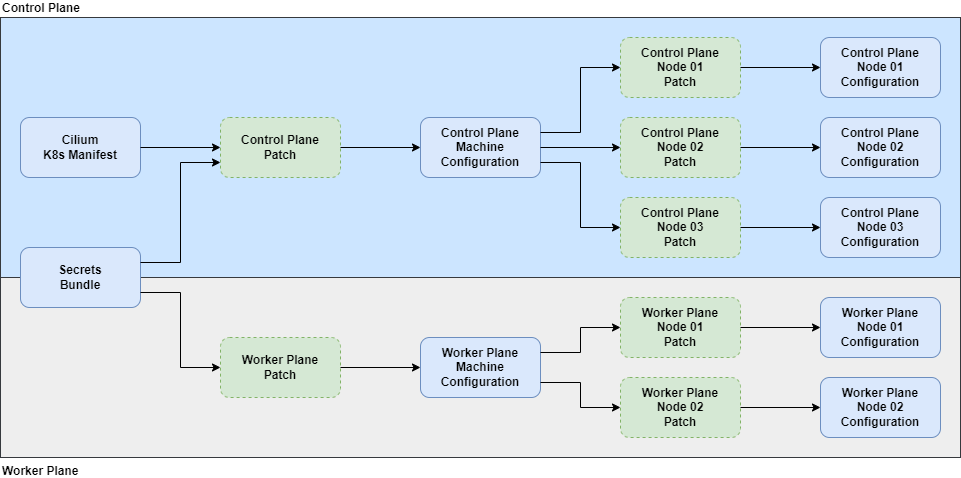
Earlier version of the draw.io export img/talos-machine-configurations.drawio.png (justingarfield/justingarfield.github.io). Source tidied: cells renumbered, new cells last; positions are measured from the earlier drawing's top-left corner, leaving out a move shared by most shapes.
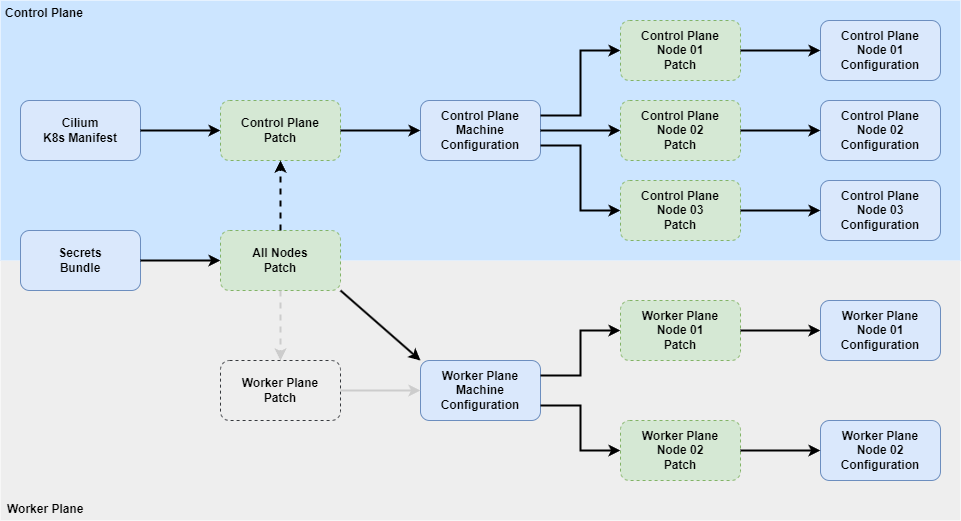
The same diagram one commit later.

Diff of the diagram source:
```diff
@@ -2,10 +2,10 @@
   <root>
     <mxCell id="0" />
     <mxCell id="1" parent="0" />
-    <mxCell id="2" value="Worker Plane" style="rounded=0;whiteSpace=wrap;html=1;fillColor=#eeeeee;strokeColor=#36393d;fontStyle=1;align=left;labelPosition=center;verticalLabelPosition=bottom;verticalAlign=top;" parent="1" vertex="1">
-      <mxGeometry y="260" width="960" height="180" as="geometry" />
+    <mxCell id="2" value="Worker Plane" style="rounded=0;whiteSpace=wrap;html=1;fillColor=#eeeeee;strokeColor=none;fontStyle=1;align=left;labelPosition=center;verticalLabelPosition=bottom;verticalAlign=top;spacingLeft=5;spacingBottom=0;spacingTop=-25;glass=0;" parent="1" vertex="1">
+      <mxGeometry y="260" width="960" height="260" as="geometry" />
     </mxCell>
-    <mxCell id="3" value="&lt;font color=&quot;#000000&quot;&gt;Control Plane&lt;/font&gt;" style="rounded=0;whiteSpace=wrap;html=1;fillColor=#cce5ff;strokeColor=#36393d;fontStyle=1;labelPosition=center;verticalLabelPosition=top;align=left;verticalAlign=bottom;" parent="1" vertex="1">
+    <mxCell id="3" value="&lt;font color=&quot;#000000&quot;&gt;Control Plane&lt;/font&gt;" style="rounded=0;whiteSpace=wrap;html=1;fillColor=#cce5ff;strokeColor=none;fontStyle=1;labelPosition=center;verticalLabelPosition=top;align=left;verticalAlign=bottom;horizontal=1;spacingTop=0;spacing=0;spacingBottom=-20;spacingLeft=5;" parent="1" vertex="1">
       <mxGeometry width="960" height="260" as="geometry" />
     </mxCell>
     <mxCell id="4" value="Secrets&lt;br&gt;Bundle" style="rounded=1;whiteSpace=wrap;html=1;fillColor=#dae8fc;strokeColor=#6c8ebf;fontStyle=1;" parent="1" vertex="1">
@@ -17,11 +17,11 @@
     <mxCell id="6" value="Control Plane&lt;br&gt;Patch" style="rounded=1;whiteSpace=wrap;html=1;fillColor=#d5e8d4;strokeColor=#82b366;dashed=1;fontStyle=1;" parent="1" vertex="1">
       <mxGeometry x="220" y="100" width="120" height="60" as="geometry" />
     </mxCell>
-    <mxCell id="7" value="Worker Plane&lt;br&gt;Patch" style="rounded=1;whiteSpace=wrap;html=1;fillColor=#d5e8d4;strokeColor=#82b366;dashed=1;fontStyle=1;" parent="1" vertex="1">
-      <mxGeometry x="220" y="320" width="120" height="60" as="geometry" />
+    <mxCell id="7" value="Worker Plane&lt;br&gt;Patch" style="rounded=1;whiteSpace=wrap;html=1;fillColor=#eeeeee;strokeColor=#36393d;dashed=1;fontStyle=1;" parent="1" vertex="1">
+      <mxGeometry x="220" y="360" width="120" height="60" as="geometry" />
     </mxCell>
     <mxCell id="8" value="Worker Plane&lt;br style=&quot;border-color: var(--border-color);&quot;&gt;Node 01&lt;br style=&quot;border-color: var(--border-color);&quot;&gt;Patch" style="rounded=1;whiteSpace=wrap;html=1;fillColor=#d5e8d4;strokeColor=#82b366;dashed=1;fontStyle=1;" parent="1" vertex="1">
-      <mxGeometry x="620" y="280" width="120" height="60" as="geometry" />
+      <mxGeometry x="620" y="300" width="120" height="60" as="geometry" />
     </mxCell>
     <mxCell id="9" value="Control Plane&lt;br&gt;Node 01&lt;br&gt;Patch" style="rounded=1;whiteSpace=wrap;html=1;fillColor=#d5e8d4;strokeColor=#82b366;dashed=1;fontStyle=1;" parent="1" vertex="1">
       <mxGeometry x="620" y="20" width="120" height="60" as="geometry" />
@@ -32,25 +32,9 @@
     <mxCell id="11" value="Control Plane&lt;br style=&quot;border-color: var(--border-color);&quot;&gt;Node 03&lt;br style=&quot;border-color: var(--border-color);&quot;&gt;Patch" style="rounded=1;whiteSpace=wrap;html=1;fillColor=#d5e8d4;strokeColor=#82b366;dashed=1;fontStyle=1;" parent="1" vertex="1">
       <mxGeometry x="620" y="180" width="120" height="60" as="geometry" />
     </mxCell>
-    <mxCell id="12" style="endArrow=classic;html=1;rounded=0;entryX=0;entryY=0.5;entryDx=0;entryDy=0;exitX=1;exitY=0.75;exitDx=0;exitDy=0;fontStyle=1;" parent="1" edge="1" source="4" target="7">
-      <mxGeometry relative="1" as="geometry">
-        <Array as="points">
-          <mxPoint x="180" y="275" />
-          <mxPoint x="180" y="350" />
-        </Array>
-      </mxGeometry>
-    </mxCell>
-    <mxCell id="13" style="endArrow=classic;html=1;rounded=0;exitX=1;exitY=0.5;exitDx=0;exitDy=0;entryX=0;entryY=0.5;entryDx=0;entryDy=0;fontStyle=1;" parent="1" edge="1" source="5" target="6">
+    <mxCell id="13" style="endArrow=classic;html=1;rounded=0;exitX=1;exitY=0.5;exitDx=0;exitDy=0;entryX=0;entryY=0.5;entryDx=0;entryDy=0;fontStyle=1;strokeWidth=2;" parent="1" edge="1" source="5" target="6">
       <mxGeometry relative="1" as="geometry" />
     </mxCell>
-    <mxCell id="14" style="endArrow=classic;html=1;rounded=0;exitX=1;exitY=0.25;exitDx=0;exitDy=0;entryX=0;entryY=0.75;entryDx=0;entryDy=0;fontStyle=1;" parent="1" edge="1" source="4" target="6">
-      <mxGeometry relative="1" as="geometry">
-        <Array as="points">
-          <mxPoint x="180" y="245" />
-          <mxPoint x="180" y="145" />
-        </Array>
-      </mxGeometry>
-    </mxCell>
     <mxCell id="15" value="Control Plane&lt;br&gt;Node 01&lt;br&gt;Configuration" style="rounded=1;whiteSpace=wrap;html=1;fillColor=#dae8fc;strokeColor=#6c8ebf;fontStyle=1;" parent="1" vertex="1">
       <mxGeometry x="820" y="20" width="120" height="60" as="geometry" />
     </mxCell>
@@ -58,7 +42,7 @@
       <mxGeometry x="420" y="100" width="120" height="60" as="geometry" />
     </mxCell>
     <mxCell id="17" value="Worker Plane&lt;br&gt;Machine&lt;br&gt;Configuration" style="rounded=1;whiteSpace=wrap;html=1;fillColor=#dae8fc;strokeColor=#6c8ebf;fontStyle=1;" parent="1" vertex="1">
-      <mxGeometry x="420" y="320" width="120" height="60" as="geometry" />
+      <mxGeometry x="420" y="360" width="120" height="60" as="geometry" />
     </mxCell>
     <mxCell id="18" value="Control Plane&lt;br&gt;Node 02&lt;br&gt;Configuration" style="rounded=1;whiteSpace=wrap;html=1;fillColor=#dae8fc;strokeColor=#6c8ebf;fontStyle=1;" parent="1" vertex="1">
       <mxGeometry x="820" y="100" width="120" height="60" as="geometry" />
@@ -66,21 +50,21 @@
     <mxCell id="19" value="Control Plane&lt;br&gt;Node 03&lt;br&gt;Configuration" style="rounded=1;whiteSpace=wrap;html=1;fillColor=#dae8fc;strokeColor=#6c8ebf;fontStyle=1;" parent="1" vertex="1">
       <mxGeometry x="820" y="180" width="120" height="60" as="geometry" />
     </mxCell>
-    <mxCell id="20" style="endArrow=classic;html=1;rounded=0;entryX=0;entryY=0.5;entryDx=0;entryDy=0;exitX=1;exitY=0.5;exitDx=0;exitDy=0;fontStyle=1;" parent="1" edge="1" source="6" target="16">
+    <mxCell id="20" style="endArrow=classic;html=1;rounded=0;entryX=0;entryY=0.5;entryDx=0;entryDy=0;exitX=1;exitY=0.5;exitDx=0;exitDy=0;fontStyle=1;strokeWidth=2;" parent="1" edge="1" source="6" target="16">
       <mxGeometry relative="1" as="geometry" />
     </mxCell>
-    <mxCell id="21" style="endArrow=classic;html=1;rounded=0;entryX=0;entryY=0.5;entryDx=0;entryDy=0;exitX=1;exitY=0.5;exitDx=0;exitDy=0;fontStyle=1;" parent="1" edge="1" source="7" target="17">
+    <mxCell id="21" style="endArrow=classic;html=1;rounded=0;entryX=0;entryY=0.5;entryDx=0;entryDy=0;exitX=1;exitY=0.5;exitDx=0;exitDy=0;fontStyle=1;strokeWidth=2;fillColor=#eeeeee;strokeColor=#CCCCCC;" parent="1" edge="1" source="7" target="17">
       <mxGeometry relative="1" as="geometry" />
     </mxCell>
-    <mxCell id="22" style="endArrow=classic;html=1;rounded=0;entryX=0;entryY=0.5;entryDx=0;entryDy=0;exitX=1;exitY=0.25;exitDx=0;exitDy=0;fontStyle=1;" parent="1" edge="1" source="17" target="8">
+    <mxCell id="22" style="endArrow=classic;html=1;rounded=0;entryX=0;entryY=0.5;entryDx=0;entryDy=0;exitX=1;exitY=0.25;exitDx=0;exitDy=0;fontStyle=1;strokeWidth=2;" parent="1" edge="1" source="17" target="8">
       <mxGeometry relative="1" as="geometry">
         <Array as="points">
-          <mxPoint x="580" y="335" />
-          <mxPoint x="580" y="310" />
+          <mxPoint x="580" y="375" />
+          <mxPoint x="580" y="330" />
         </Array>
       </mxGeometry>
     </mxCell>
-    <mxCell id="23" style="endArrow=classic;html=1;rounded=0;entryX=0;entryY=0.5;entryDx=0;entryDy=0;exitX=1;exitY=0.25;exitDx=0;exitDy=0;fontStyle=1;" parent="1" edge="1" source="16" target="9">
+    <mxCell id="23" style="endArrow=classic;html=1;rounded=0;entryX=0;entryY=0.5;entryDx=0;entryDy=0;exitX=1;exitY=0.25;exitDx=0;exitDy=0;fontStyle=1;strokeWidth=2;" parent="1" edge="1" source="16" target="9">
       <mxGeometry relative="1" as="geometry">
         <Array as="points">
           <mxPoint x="580" y="115" />
@@ -88,10 +72,10 @@
         </Array>
       </mxGeometry>
     </mxCell>
-    <mxCell id="24" style="endArrow=classic;html=1;rounded=0;entryX=0;entryY=0.5;entryDx=0;entryDy=0;exitX=1;exitY=0.5;exitDx=0;exitDy=0;fontStyle=1;" parent="1" edge="1" source="16" target="10">
+    <mxCell id="24" style="endArrow=classic;html=1;rounded=0;entryX=0;entryY=0.5;entryDx=0;entryDy=0;exitX=1;exitY=0.5;exitDx=0;exitDy=0;fontStyle=1;strokeWidth=2;" parent="1" edge="1" source="16" target="10">
       <mxGeometry relative="1" as="geometry" />
     </mxCell>
-    <mxCell id="25" style="endArrow=classic;html=1;rounded=0;entryX=0;entryY=0.5;entryDx=0;entryDy=0;exitX=1;exitY=0.75;exitDx=0;exitDy=0;fontStyle=1;" parent="1" edge="1" source="16" target="11">
+    <mxCell id="25" style="endArrow=classic;html=1;rounded=0;entryX=0;entryY=0.5;entryDx=0;entryDy=0;exitX=1;exitY=0.75;exitDx=0;exitDy=0;fontStyle=1;strokeWidth=2;" parent="1" edge="1" source="16" target="11">
       <mxGeometry relative="1" as="geometry">
         <Array as="points">
           <mxPoint x="580" y="145" />
@@ -99,37 +83,52 @@
         </Array>
       </mxGeometry>
     </mxCell>
-    <mxCell id="26" style="endArrow=classic;html=1;rounded=0;entryX=0;entryY=0.5;entryDx=0;entryDy=0;exitX=1;exitY=0.5;exitDx=0;exitDy=0;fontStyle=1;" parent="1" edge="1" source="8" target="27">
+    <mxCell id="26" style="endArrow=classic;html=1;rounded=0;entryX=0;entryY=0.5;entryDx=0;entryDy=0;exitX=1;exitY=0.5;exitDx=0;exitDy=0;fontStyle=1;strokeWidth=2;" parent="1" edge="1" source="8" target="27">
       <mxGeometry relative="1" as="geometry" />
     </mxCell>
     <mxCell id="27" value="Worker Plane&lt;br&gt;Node 01&lt;br&gt;Configuration" style="rounded=1;whiteSpace=wrap;html=1;fillColor=#dae8fc;strokeColor=#6c8ebf;fontStyle=1;" parent="1" vertex="1">
-      <mxGeometry x="820" y="280" width="120" height="60" as="geometry" />
+      <mxGeometry x="820" y="300" width="120" height="60" as="geometry" />
     </mxCell>
-    <mxCell id="28" style="endArrow=classic;html=1;rounded=0;entryX=0;entryY=0.5;entryDx=0;entryDy=0;exitX=1;exitY=0.5;exitDx=0;exitDy=0;fontStyle=1;" parent="1" edge="1" source="11" target="19">
+    <mxCell id="28" style="endArrow=classic;html=1;rounded=0;entryX=0;entryY=0.5;entryDx=0;entryDy=0;exitX=1;exitY=0.5;exitDx=0;exitDy=0;fontStyle=1;strokeWidth=2;" parent="1" edge="1" source="11" target="19">
       <mxGeometry relative="1" as="geometry" />
     </mxCell>
-    <mxCell id="29" style="endArrow=classic;html=1;rounded=0;entryX=0;entryY=0.5;entryDx=0;entryDy=0;exitX=1;exitY=0.5;exitDx=0;exitDy=0;fontStyle=1;" parent="1" edge="1" source="10" target="18">
+    <mxCell id="29" style="endArrow=classic;html=1;rounded=0;entryX=0;entryY=0.5;entryDx=0;entryDy=0;exitX=1;exitY=0.5;exitDx=0;exitDy=0;fontStyle=1;strokeWidth=2;" parent="1" edge="1" source="10" target="18">
       <mxGeometry relative="1" as="geometry" />
     </mxCell>
-    <mxCell id="30" style="endArrow=classic;html=1;rounded=0;entryX=0;entryY=0.5;entryDx=0;entryDy=0;exitX=1;exitY=0.5;exitDx=0;exitDy=0;fontStyle=1;" parent="1" edge="1" source="9" target="15">
+    <mxCell id="30" style="endArrow=classic;html=1;rounded=0;entryX=0;entryY=0.5;entryDx=0;entryDy=0;exitX=1;exitY=0.5;exitDx=0;exitDy=0;fontStyle=1;strokeWidth=2;" parent="1" edge="1" source="9" target="15">
       <mxGeometry relative="1" as="geometry" />
     </mxCell>
     <mxCell id="31" value="Worker Plane&lt;br&gt;Node 02&lt;br&gt;Configuration" style="rounded=1;whiteSpace=wrap;html=1;fillColor=#dae8fc;strokeColor=#6c8ebf;fontStyle=1;" parent="1" vertex="1">
-      <mxGeometry x="820" y="360" width="120" height="60" as="geometry" />
+      <mxGeometry x="820" y="420" width="120" height="60" as="geometry" />
     </mxCell>
     <mxCell id="32" value="Worker Plane&lt;br style=&quot;border-color: var(--border-color);&quot;&gt;Node 02&lt;br style=&quot;border-color: var(--border-color);&quot;&gt;Patch" style="rounded=1;whiteSpace=wrap;html=1;fillColor=#d5e8d4;strokeColor=#82b366;dashed=1;fontStyle=1;" parent="1" vertex="1">
-      <mxGeometry x="620" y="360" width="120" height="60" as="geometry" />
+      <mxGeometry x="620" y="420" width="120" height="60" as="geometry" />
     </mxCell>
-    <mxCell id="33" style="endArrow=classic;html=1;rounded=0;entryX=0;entryY=0.5;entryDx=0;entryDy=0;exitX=1;exitY=0.75;exitDx=0;exitDy=0;fontStyle=1;" parent="1" edge="1" source="17" target="32">
+    <mxCell id="33" style="endArrow=classic;html=1;rounded=0;entryX=0;entryY=0.5;entryDx=0;entryDy=0;exitX=1;exitY=0.75;exitDx=0;exitDy=0;fontStyle=1;strokeWidth=2;" parent="1" edge="1" source="17" target="32">
       <mxGeometry relative="1" as="geometry">
         <Array as="points">
-          <mxPoint x="580" y="365" />
-          <mxPoint x="580" y="390" />
+          <mxPoint x="580" y="405" />
+          <mxPoint x="580" y="450" />
         </Array>
       </mxGeometry>
     </mxCell>
-    <mxCell id="34" style="endArrow=classic;html=1;rounded=0;entryX=0;entryY=0.5;entryDx=0;entryDy=0;exitX=1;exitY=0.5;exitDx=0;exitDy=0;fontStyle=1;" parent="1" edge="1" source="32" target="31">
+    <mxCell id="34" style="endArrow=classic;html=1;rounded=0;entryX=0;entryY=0.5;entryDx=0;entryDy=0;exitX=1;exitY=0.5;exitDx=0;exitDy=0;fontStyle=1;strokeWidth=2;" parent="1" edge="1" source="32" target="31">
       <mxGeometry relative="1" as="geometry" />
     </mxCell>
+    <mxCell id="35" value="All Nodes&lt;br&gt;Patch" style="rounded=1;whiteSpace=wrap;html=1;fillColor=#d5e8d4;strokeColor=#82b366;dashed=1;fontStyle=1;" parent="1" vertex="1">
+      <mxGeometry x="220" y="230" width="120" height="60" as="geometry" />
+    </mxCell>
+    <mxCell id="36" style="endArrow=classic;html=1;rounded=0;exitX=1;exitY=0.5;exitDx=0;exitDy=0;entryX=0;entryY=0.5;entryDx=0;entryDy=0;strokeWidth=2;" parent="1" edge="1" source="4" target="35">
+      <mxGeometry relative="1" as="geometry" />
+    </mxCell>
+    <mxCell id="37" style="endArrow=classic;html=1;rounded=0;entryX=0.5;entryY=1;entryDx=0;entryDy=0;strokeWidth=2;dashed=1;" parent="1" edge="1" source="35" target="6">
+      <mxGeometry relative="1" as="geometry" />
+    </mxCell>
+    <mxCell id="38" style="endArrow=classic;html=1;rounded=0;exitX=0.5;exitY=1;exitDx=0;exitDy=0;entryX=0.5;entryY=0;entryDx=0;entryDy=0;strokeWidth=2;dashed=1;fillColor=#eeeeee;strokeColor=#CCCCCC;" parent="1" edge="1" source="35" target="7">
+      <mxGeometry relative="1" as="geometry" />
+    </mxCell>
+    <mxCell id="39" style="endArrow=classic;html=1;rounded=0;entryX=0;entryY=0;entryDx=0;entryDy=0;strokeWidth=2;exitX=1;exitY=1;exitDx=0;exitDy=0;" parent="1" edge="1" source="35" target="17">
+      <mxGeometry relative="1" as="geometry" />
+    </mxCell>
   </root>
 </mxGraphModel>
```
